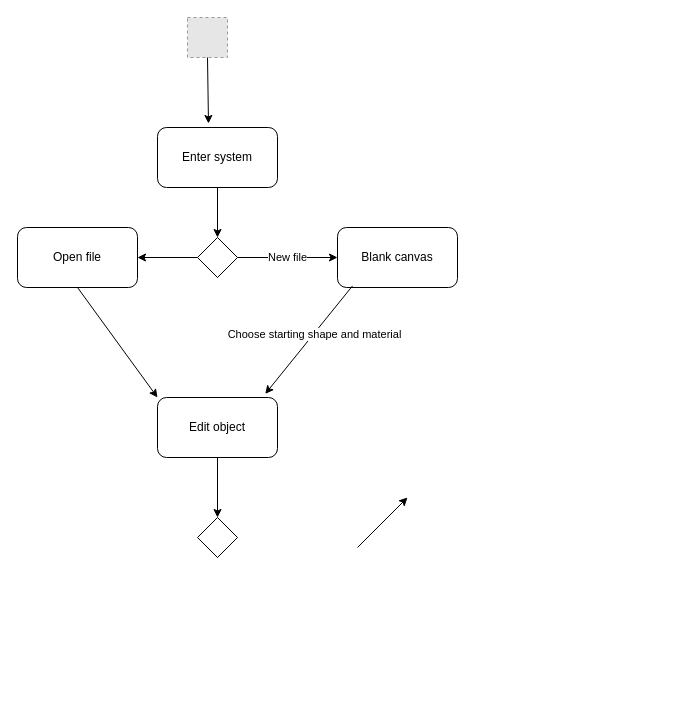
sapire/3D-Sculpting keeps this draw.io diagram as Untitled Diagram.drawio. Above is the earlier version. Source tidied: cells renumbered, new cells numbered last; positions are measured from the earlier drawing's top-left corner, leaving out a move shared by most shapes. Both pictures are drawn from the tidied source at 100%, with x=0, y=0 at pixel (17, 17). Pictures stored in the file or linked from it are replaced by grey dashed boxes.
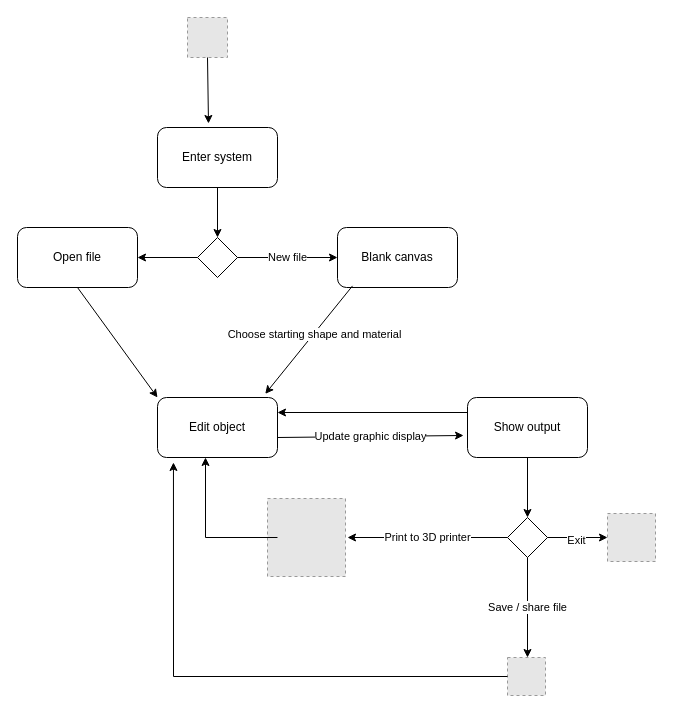
The same page after the edit.

Unchanged cells that the change refers to:
```xml
<mxCell id="11" value="Edit object" style="rounded=1;whiteSpace=wrap;html=1;" parent="1" vertex="1">
  <mxGeometry x="140" y="380" width="120" height="60" as="geometry" />
</mxCell>
```

What changed in the source:
```diff
@@
     <mxCell id="15" style="rhombus;whiteSpace=wrap;html=1;" parent="1" vertex="1">
-      <mxGeometry x="180" y="500" width="40" height="40" as="geometry" />
+      <mxGeometry x="490" y="500" width="40" height="40" as="geometry" />
     </mxCell>
-    <mxCell id="16" style="endArrow=classic;html=1;rounded=0;exitX=0.5;exitY=1;exitDx=0;exitDy=0;" parent="1" edge="1" source="11" target="15">
-      <mxGeometry relative="1" as="geometry" />
+    <mxCell id="16" style="endArrow=classic;html=1;rounded=0;exitX=0.5;exitY=1;exitDx=0;exitDy=0;" parent="1" edge="1" target="15">
+      <mxGeometry relative="1" as="geometry">
+        <mxPoint x="510" y="440" as="sourcePoint" />
+      </mxGeometry>
     </mxCell>
-    <mxCell id="17" style="endArrow=classic;html=1;rounded=0;" parent="1" edge="1">
+    <mxCell id="17" value="Update graphic display" style="endArrow=classic;html=1;rounded=0;entryX=-0.033;entryY=0.633;entryDx=0;entryDy=0;entryPerimeter=0;" parent="1" edge="1" target="18">
       <mxGeometry relative="1" as="geometry">
-        <mxPoint x="340" y="530" as="sourcePoint" />
-        <mxPoint x="390" y="480" as="targetPoint" />
+        <mxPoint x="260" y="420" as="sourcePoint" />
       </mxGeometry>
     </mxCell>
+    <mxCell id="18" value="Show output" style="rounded=1;whiteSpace=wrap;html=1;" parent="1" vertex="1">
+      <mxGeometry x="450" y="380" width="120" height="60" as="geometry" />
+    </mxCell>
+    <mxCell id="19" style="endArrow=classic;html=1;rounded=0;exitX=0;exitY=0.25;exitDx=0;exitDy=0;entryX=1;entryY=0.25;entryDx=0;entryDy=0;" parent="1" edge="1" source="18" target="11">
+      <mxGeometry relative="1" as="geometry" />
+    </mxCell>
+    <mxCell id="20" value="Print to 3D printer" style="endArrow=classic;html=1;rounded=0;exitX=0;exitY=0.5;exitDx=0;exitDy=0;" parent="1" edge="1" source="15">
+      <mxGeometry relative="1" as="geometry">
+        <mxPoint x="330" y="520" as="targetPoint" />
+      </mxGeometry>
+    </mxCell>
+    <mxCell id="21" style="fillColor=#E6E6E6;strokeColor=#999999;dashed=1;html=1;verticalAlign=top;verticalLabelPosition=bottom;labelBackgroundColor=#ffffff;" parent="1" vertex="1">
+      <mxGeometry x="250" y="481" width="78" height="78" as="geometry" />
+    </mxCell>
+    <mxCell id="22" value="Save / share file" style="endArrow=classic;html=1;rounded=0;exitX=0.5;exitY=1;exitDx=0;exitDy=0;" parent="1" edge="1" source="15">
+      <mxGeometry relative="1" as="geometry">
+        <mxPoint x="510" y="640" as="targetPoint" />
+      </mxGeometry>
+    </mxCell>
+    <mxCell id="23" style="fillColor=#E6E6E6;strokeColor=#999999;dashed=1;html=1;verticalAlign=top;verticalLabelPosition=bottom;labelBackgroundColor=#ffffff;" parent="1" vertex="1">
+      <mxGeometry x="490" y="640" width="38" height="38" as="geometry" />
+    </mxCell>
+    <mxCell id="24" style="endArrow=classic;html=1;rounded=0;exitX=1;exitY=0.5;exitDx=0;exitDy=0;" parent="1" edge="1" source="15" target="26">
+      <mxGeometry relative="1" as="geometry" />
+    </mxCell>
+    <mxCell id="25" value="Exit" style="edgeLabel;html=1;align=center;verticalAlign=middle;" parent="24" vertex="1">
+      <mxGeometry x="-0.07" y="-2" relative="1" as="geometry" />
+    </mxCell>
+    <mxCell id="26" style="fillColor=#E6E6E6;strokeColor=#999999;dashed=1;html=1;verticalAlign=top;verticalLabelPosition=bottom;labelBackgroundColor=#ffffff;" parent="1" vertex="1">
+      <mxGeometry x="590" y="496" width="48" height="48" as="geometry" />
+    </mxCell>
+    <mxCell id="27" style="endArrow=classic;html=1;rounded=0;exitX=0.128;exitY=0.5;exitDx=0;exitDy=0;exitPerimeter=0;entryX=0.4;entryY=1;entryDx=0;entryDy=0;entryPerimeter=0;" parent="1" edge="1" source="21" target="11">
+      <mxGeometry relative="1" as="geometry">
+        <Array as="points">
+          <mxPoint x="188" y="520" />
+        </Array>
+      </mxGeometry>
+    </mxCell>
+    <mxCell id="28" style="endArrow=classic;html=1;rounded=0;exitX=0;exitY=0.5;exitDx=0;exitDy=0;entryX=0.133;entryY=1.083;entryDx=0;entryDy=0;entryPerimeter=0;" parent="1" edge="1" source="23" target="11">
+      <mxGeometry relative="1" as="geometry">
+        <Array as="points">
+          <mxPoint x="156" y="659" />
+        </Array>
+      </mxGeometry>
+    </mxCell>
```
